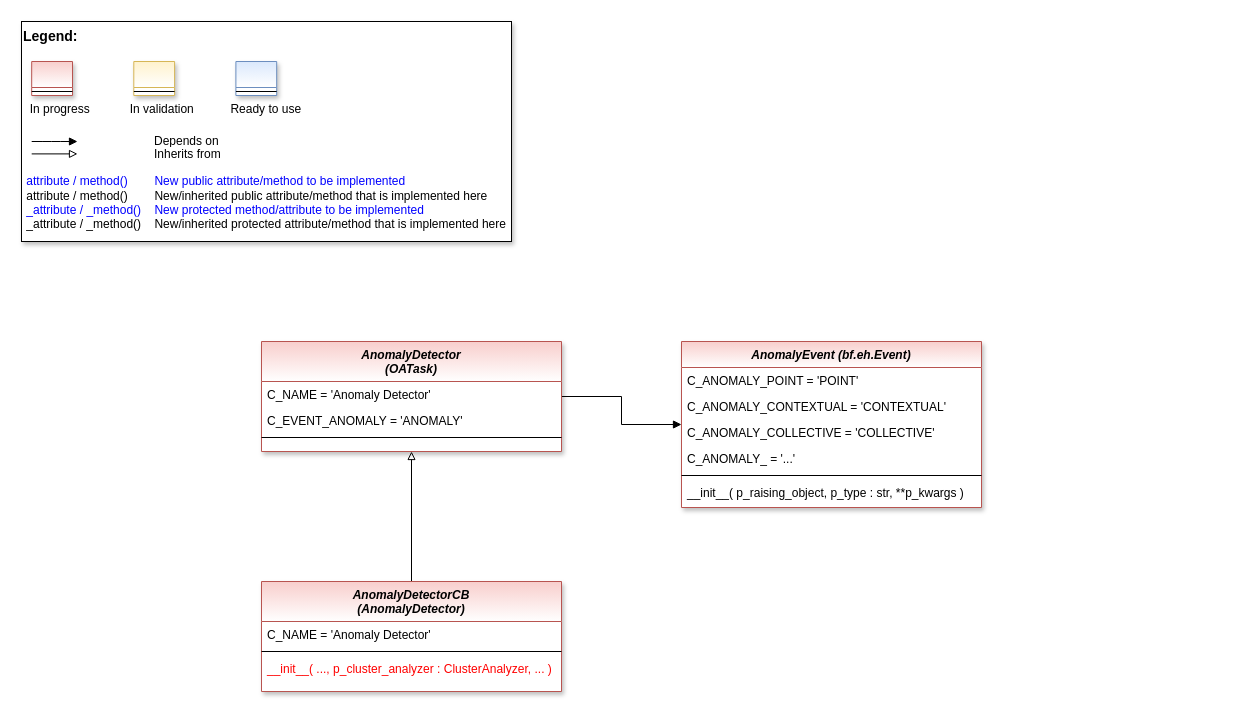
fhswf/MLPro keeps this draw.io diagram as doc/rtd/content/04_appendices/appendix2/sub/core/mlpro_oa/images/streams/MLPro-OA_Anomaly_Detectors.drawio. Above is the earlier version. Source tidied: cells renumbered, new cells numbered last; positions are measured from the earlier drawing's top-left corner, leaving out a move shared by most shapes. Both pictures are drawn from the tidied source at 100%, with x=0, y=0 at pixel (21, 21).
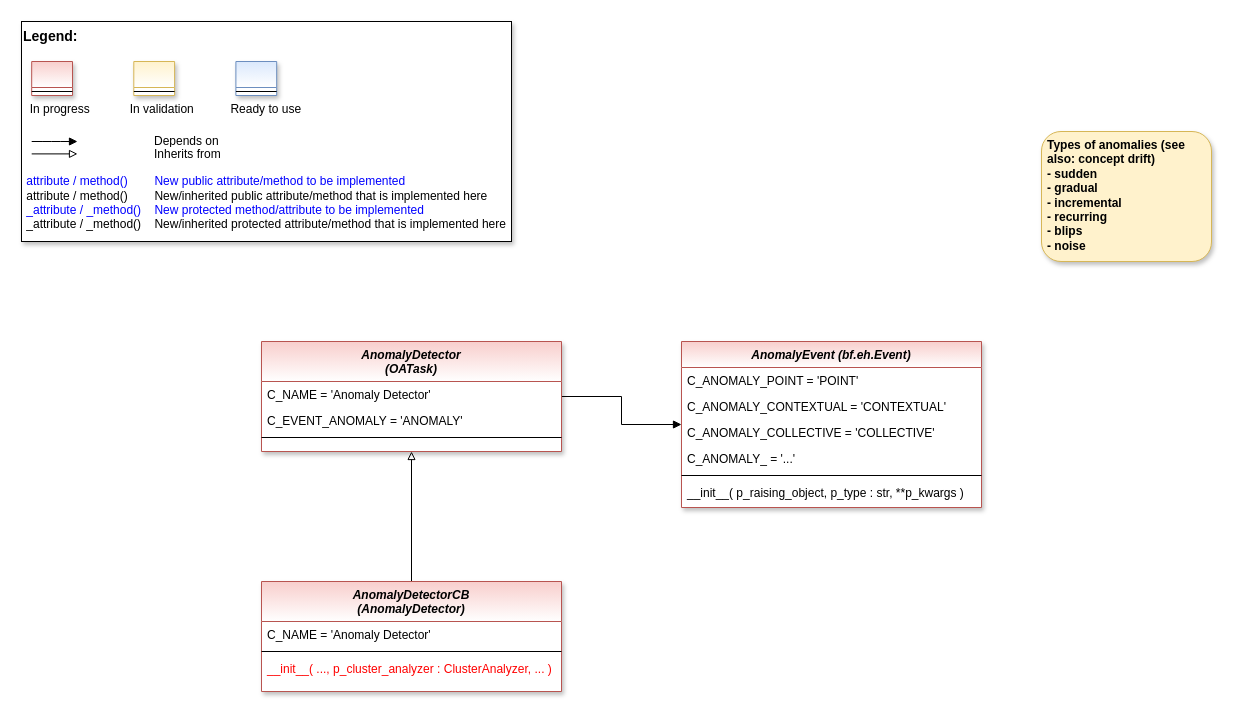
The same diagram, later.

The edit, as a diff of the source:
```diff
@@
+    <mxCell id="29" value="Types of anomalies (see also: concept drift)&lt;br&gt;- sudden&lt;br&gt;- gradual&lt;br&gt;- incremental&lt;br&gt;- recurring&amp;nbsp;&lt;br&gt;- blips&lt;br&gt;- noise" style="rounded=1;whiteSpace=wrap;html=1;shadow=1;fillColor=#fff2cc;strokeColor=#d6b656;fontStyle=1;align=left;verticalAlign=top;spacingLeft=4;" parent="1" vertex="1">
+      <mxGeometry x="1020" y="110" width="170" height="130" as="geometry" />
+    </mxCell>
```
